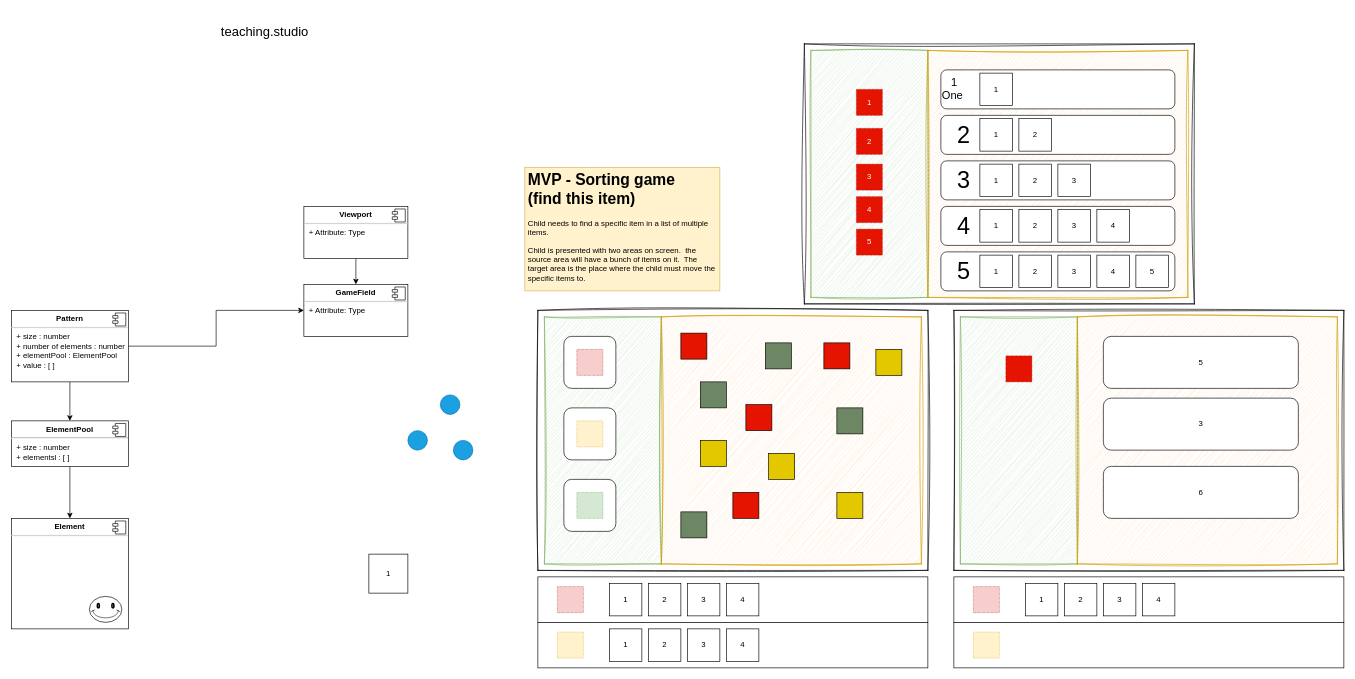
Earlier version of the draw.io diagram page "Patterns game" (1 of 3) of smallthingscount.drawio (maddog1138/diagrams). Source tidied: cells renumbered, new cells numbered last; positions are measured from the earlier drawing's top-left corner, leaving out a move shared by most shapes. Both pictures are drawn from the tidied source at 65%, with x=0, y=0 at pixel (11, 11).
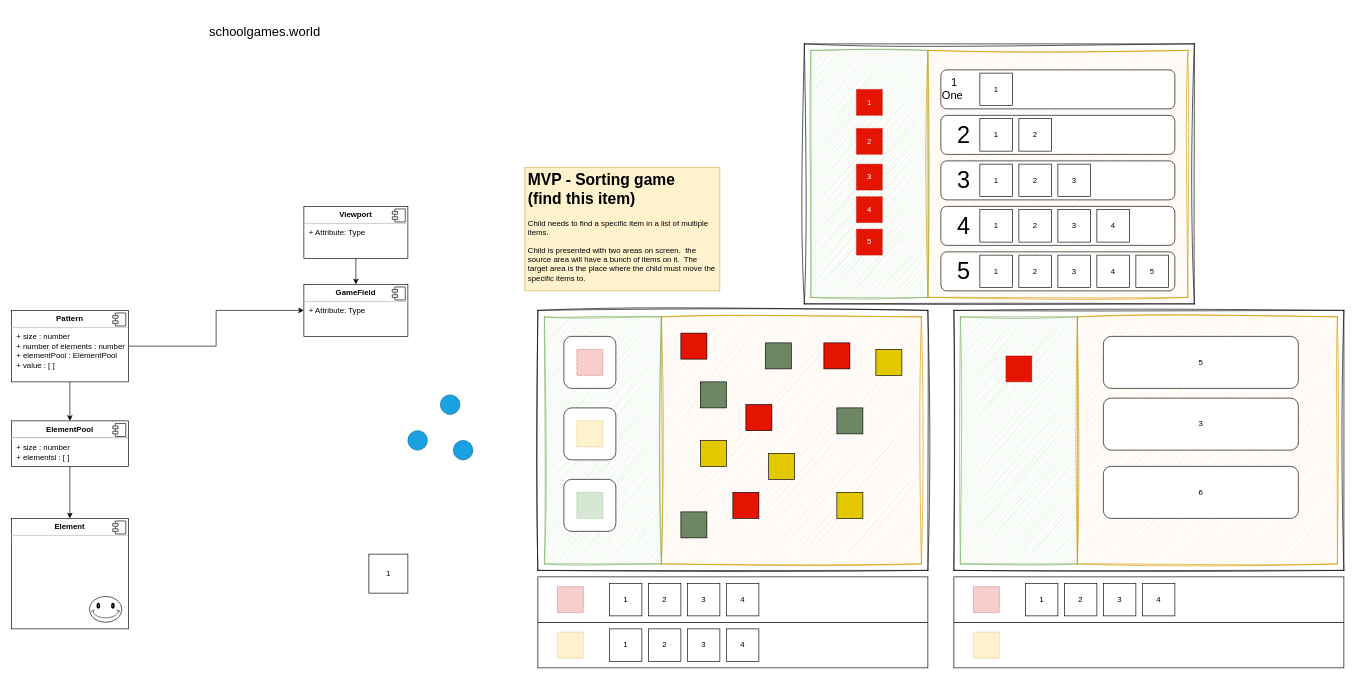
After the change.

Change to the diagram source:
```diff
@@
-    <mxCell id="98" value="teaching.studio" style="text;html=1;strokeColor=none;fillColor=none;align=center;verticalAlign=middle;whiteSpace=wrap;rounded=0;fontSize=20;" parent="1" vertex="1">
+    <mxCell id="98" value="schoolgames.world" style="text;html=1;strokeColor=none;fillColor=none;align=center;verticalAlign=middle;whiteSpace=wrap;rounded=0;fontSize=20;" parent="1" vertex="1">
       <mxGeometry x="210" width="360" height="60" as="geometry" />
     </mxCell>
```
